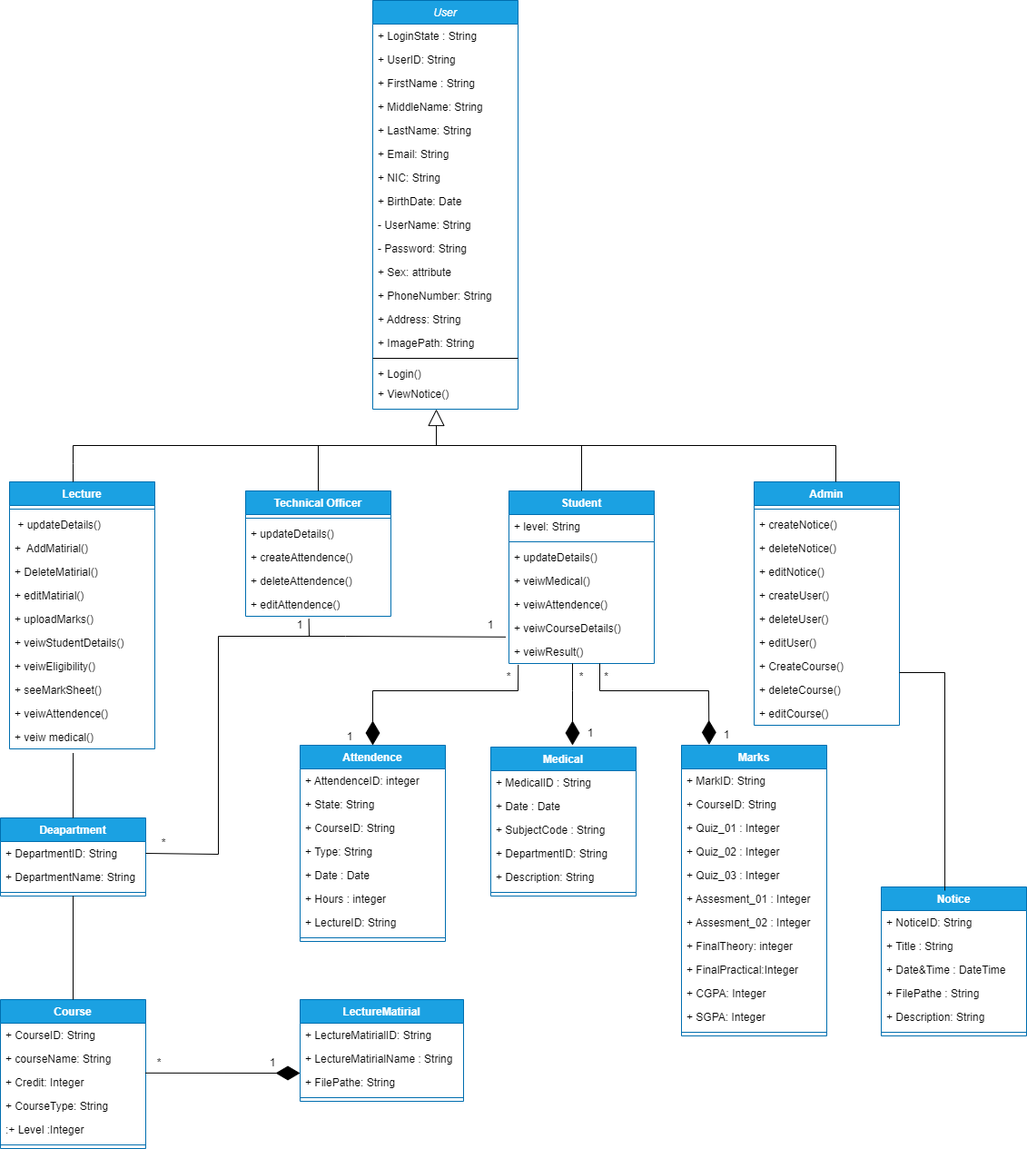
This is class_diagram.drawio.png from ChandimalPriyamantha/Java_Project_TECMIS, a draw.io export, as it was before one commit. Source tidied: cells renumbered, new cells last; positions are measured from the earlier drawing's top-left corner, leaving out a move shared by most shapes.
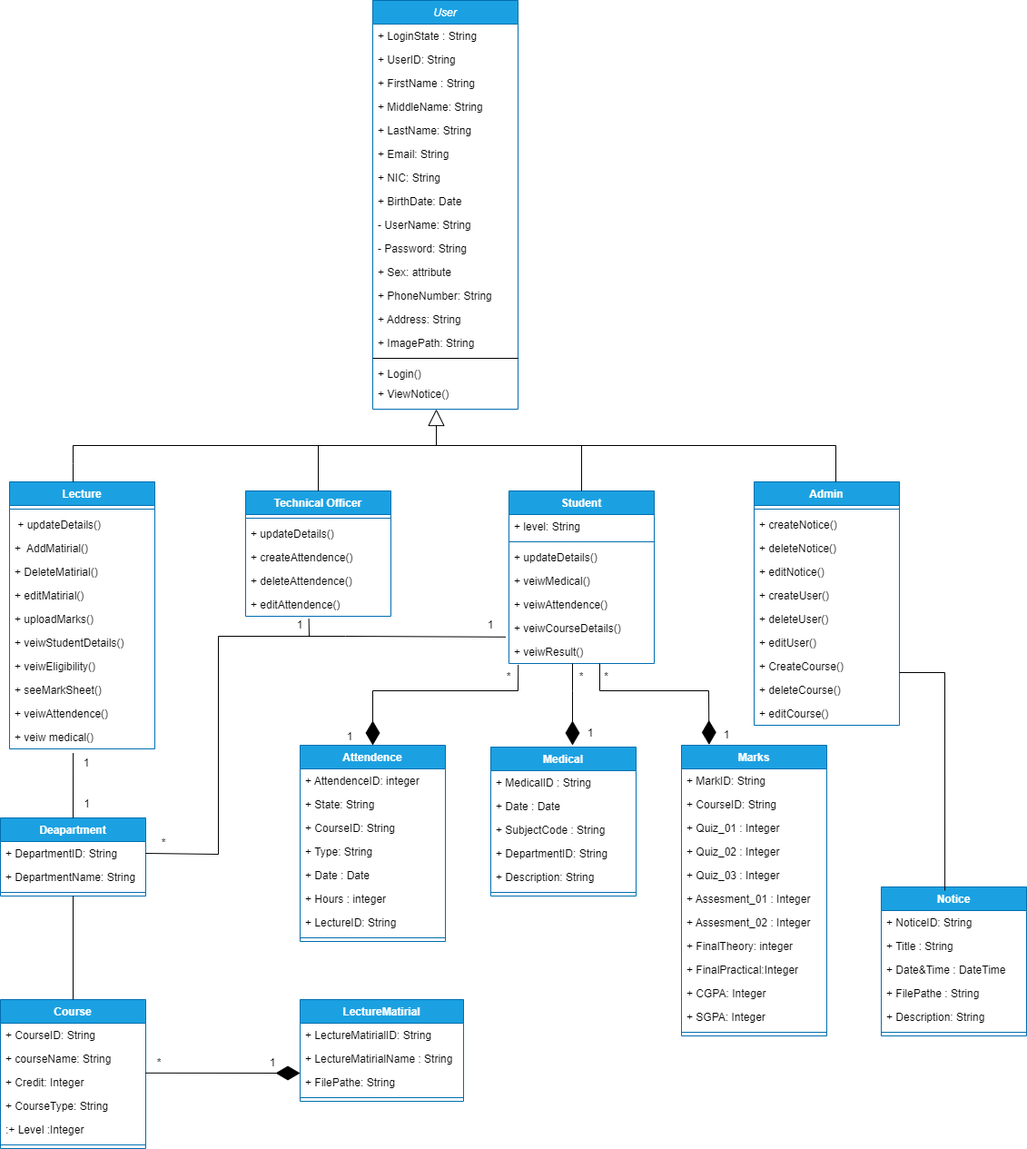
Later version of the same file.

Diff of the diagram source:
```diff
@@ -484,5 +484,11 @@
     <mxCell id="142" value="1" style="text;strokeColor=none;align=center;fillColor=none;html=1;verticalAlign=middle;whiteSpace=wrap;rounded=0;" parent="1" vertex="1">
       <mxGeometry x="270" y="1160" width="60" height="20" as="geometry" />
     </mxCell>
+    <mxCell id="143" value="1" style="text;strokeColor=none;align=center;fillColor=none;html=1;verticalAlign=middle;whiteSpace=wrap;rounded=0;" parent="1" vertex="1">
+      <mxGeometry x="80" y="830" width="30" height="20" as="geometry" />
+    </mxCell>
+    <mxCell id="144" value="1" style="text;html=1;align=center;verticalAlign=middle;strokeColor=none;fillColor=none;" parent="1" vertex="1">
+      <mxGeometry x="80" y="870" width="30" height="30" as="geometry" />
+    </mxCell>
   </root>
 </mxGraphModel>
```
